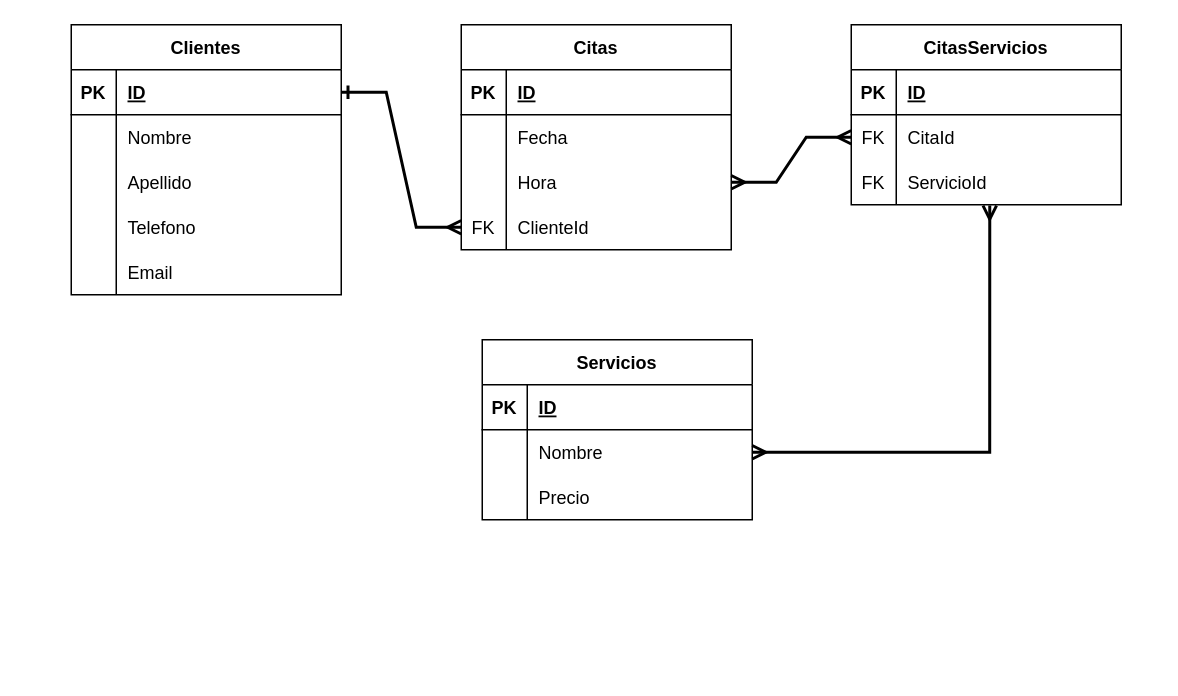
Above: desarrollo-web-juan/appsalon/Diagrama ER AppSalon.drawio in codewithleader/SQL (draw.io), before the change. Source tidied: cells renumbered, new cells numbered last; positions are measured from the earlier drawing's top-left corner, leaving out a move shared by most shapes. Both pictures are drawn from the tidied source at 150%, with x=0, y=0 at pixel (70, 24).
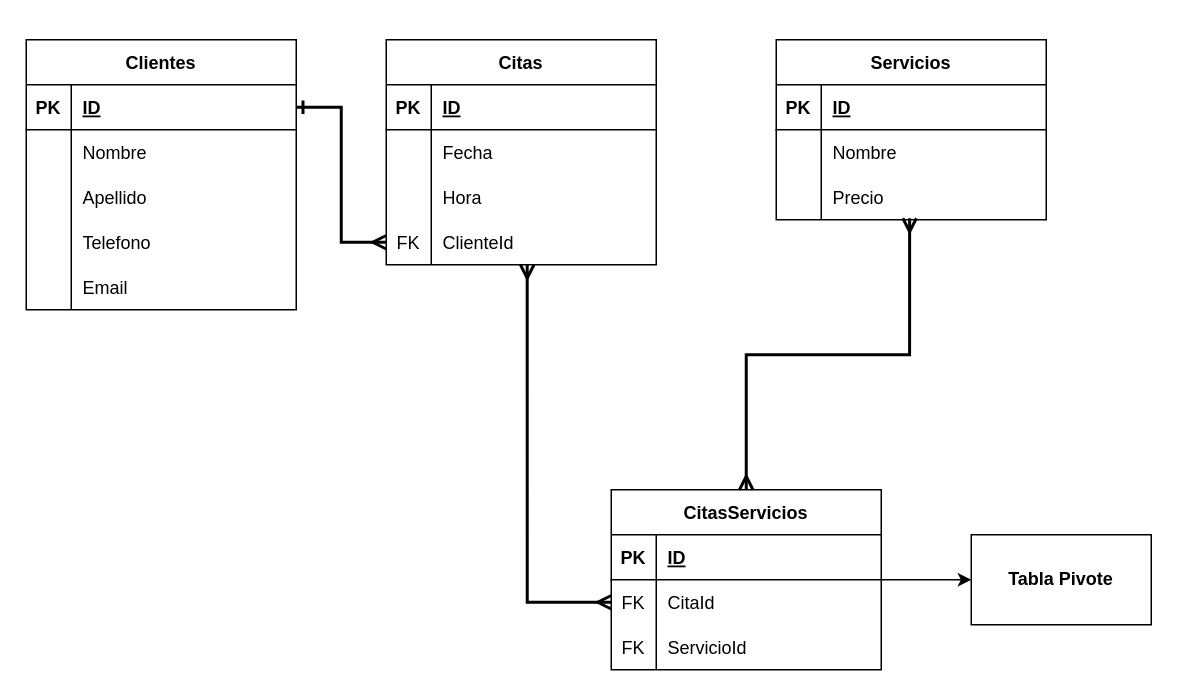
The same diagram, later.

Commit message:
diagrama entity relation tabla pivote

Unchanged cells that the change refers to:
```xml
<mxCell id="27" style="shape=tableRow;horizontal=0;startSize=0;swimlaneHead=0;swimlaneBody=0;fillColor=none;points=[[0,0.5],[1,0.5]];portConstraint=eastwest;top=0;left=0;right=0;bottom=0;" parent="20" vertex="1">
  <mxGeometry y="90" width="180" height="30" as="geometry" />
</mxCell>
<mxCell id="30" style="shape=tableRow;horizontal=0;startSize=0;swimlaneHead=0;swimlaneBody=0;fillColor=none;points=[[0,0.5],[1,0.5]];portConstraint=eastwest;top=0;left=0;right=0;bottom=0;" parent="20" vertex="1">
  <mxGeometry y="120" width="180" height="30" as="geometry" />
</mxCell>
<mxCell id="37" style="shape=tableRow;horizontal=0;startSize=0;swimlaneHead=0;swimlaneBody=0;fillColor=none;points=[[0,0.5],[1,0.5]];portConstraint=eastwest;top=0;left=0;right=0;bottom=0;" parent="33" vertex="1">
  <mxGeometry y="60" width="180" height="30" as="geometry" />
</mxCell>
<mxCell id="40" style="shape=tableRow;horizontal=0;startSize=0;swimlaneHead=0;swimlaneBody=0;fillColor=none;points=[[0,0.5],[1,0.5]];portConstraint=eastwest;top=0;left=0;right=0;bottom=0;" parent="33" vertex="1">
  <mxGeometry y="90" width="180" height="30" as="geometry" />
</mxCell>
<mxCell id="47" style="shape=tableRow;horizontal=0;startSize=0;swimlaneHead=0;swimlaneBody=0;fillColor=none;points=[[0,0.5],[1,0.5]];portConstraint=eastwest;top=0;left=0;right=0;bottom=0;" parent="43" vertex="1">
  <mxGeometry y="60" width="180" height="30" as="geometry" />
</mxCell>
<mxCell id="50" style="shape=tableRow;horizontal=0;startSize=0;swimlaneHead=0;swimlaneBody=0;fillColor=none;points=[[0,0.5],[1,0.5]];portConstraint=eastwest;top=0;left=0;right=0;bottom=0;" parent="43" vertex="1">
  <mxGeometry y="90" width="180" height="30" as="geometry" />
</mxCell>
```

Diff of the diagram source:
```diff
@@
     <mxCell id="3" value="Clientes" style="shape=table;startSize=30;childLayout=tableLayout;rowLines=0;fontStyle=1;align=center;" parent="1" vertex="1">
-      <mxGeometry width="180" height="180" as="geometry" />
+      <mxGeometry x="-30" y="10" width="180" height="180" as="geometry" />
     </mxCell>
@@
-    <mxCell id="19" style="edgeStyle=entityRelationEdgeStyle;rounded=0;jettySize=auto;html=1;startArrow=ERmany;startFill=0;endArrow=ERmany;endFill=0;exitX=1;exitY=0.5;exitDx=0;exitDy=0;entryX=0;entryY=0.5;entryDx=0;entryDy=0;strokeWidth=2;" parent="1" edge="1" source="27" target="37">
+    <mxCell id="19" style="edgeStyle=orthogonalEdgeStyle;rounded=0;jettySize=auto;html=1;startArrow=ERmany;startFill=0;endArrow=ERmany;endFill=0;exitX=0.522;exitY=1;exitDx=0;exitDy=0;entryX=0;entryY=0.5;entryDx=0;entryDy=0;strokeWidth=2;exitPerimeter=0;" parent="1" edge="1" source="30" target="37">
       <mxGeometry relative="1" as="geometry" />
     </mxCell>
     <mxCell id="20" value="Citas" style="shape=table;startSize=30;childLayout=tableLayout;rowLines=0;fontStyle=1;align=center;" parent="1" vertex="1">
-      <mxGeometry x="260" width="180" height="150" as="geometry" />
+      <mxGeometry x="210" y="10" width="180" height="150" as="geometry" />
     </mxCell>
@@
+    <mxCell id="54" style="edgeStyle=orthogonalEdgeStyle;html=1;" parent="1" edge="1" source="33" target="55">
+      <mxGeometry relative="1" as="geometry" />
+    </mxCell>
     <mxCell id="33" value="CitasServicios" style="shape=table;startSize=30;childLayout=tableLayout;rowLines=0;fontStyle=1;align=center;" parent="1" vertex="1">
-      <mxGeometry x="520" width="180" height="120" as="geometry" />
+      <mxGeometry x="360" y="310" width="180" height="120" as="geometry" />
     </mxCell>
@@
     <mxCell id="43" value="Servicios" style="shape=table;startSize=30;childLayout=tableLayout;rowLines=0;fontStyle=1;align=center;" parent="1" vertex="1">
-      <mxGeometry x="274" y="210" width="180" height="120" as="geometry" />
+      <mxGeometry x="470" y="10" width="180" height="120" as="geometry" />
     </mxCell>
@@
-    <mxCell id="53" style="edgeStyle=orthogonalEdgeStyle;fontSize=12;html=1;endArrow=ERmany;startArrow=ERmany;rounded=0;entryX=0.513;entryY=1.019;entryDx=0;entryDy=0;entryPerimeter=0;exitX=1;exitY=0.5;exitDx=0;exitDy=0;strokeWidth=2;" parent="1" edge="1" source="47" target="40">
+    <mxCell id="53" style="edgeStyle=orthogonalEdgeStyle;fontSize=12;html=1;endArrow=ERmany;startArrow=ERmany;rounded=0;strokeWidth=2;exitX=0.494;exitY=0.967;exitDx=0;exitDy=0;exitPerimeter=0;entryX=0.5;entryY=0;entryDx=0;entryDy=0;" parent="1" edge="1" source="50" target="33">
       <mxGeometry relative="1" as="geometry" />
     </mxCell>
+    <mxCell id="55" value="Tabla Pivote" style="whiteSpace=wrap;html=1;startSize=30;fontStyle=1;" parent="1" vertex="1">
+      <mxGeometry x="600" y="340" width="120" height="60" as="geometry" />
+    </mxCell>
```
